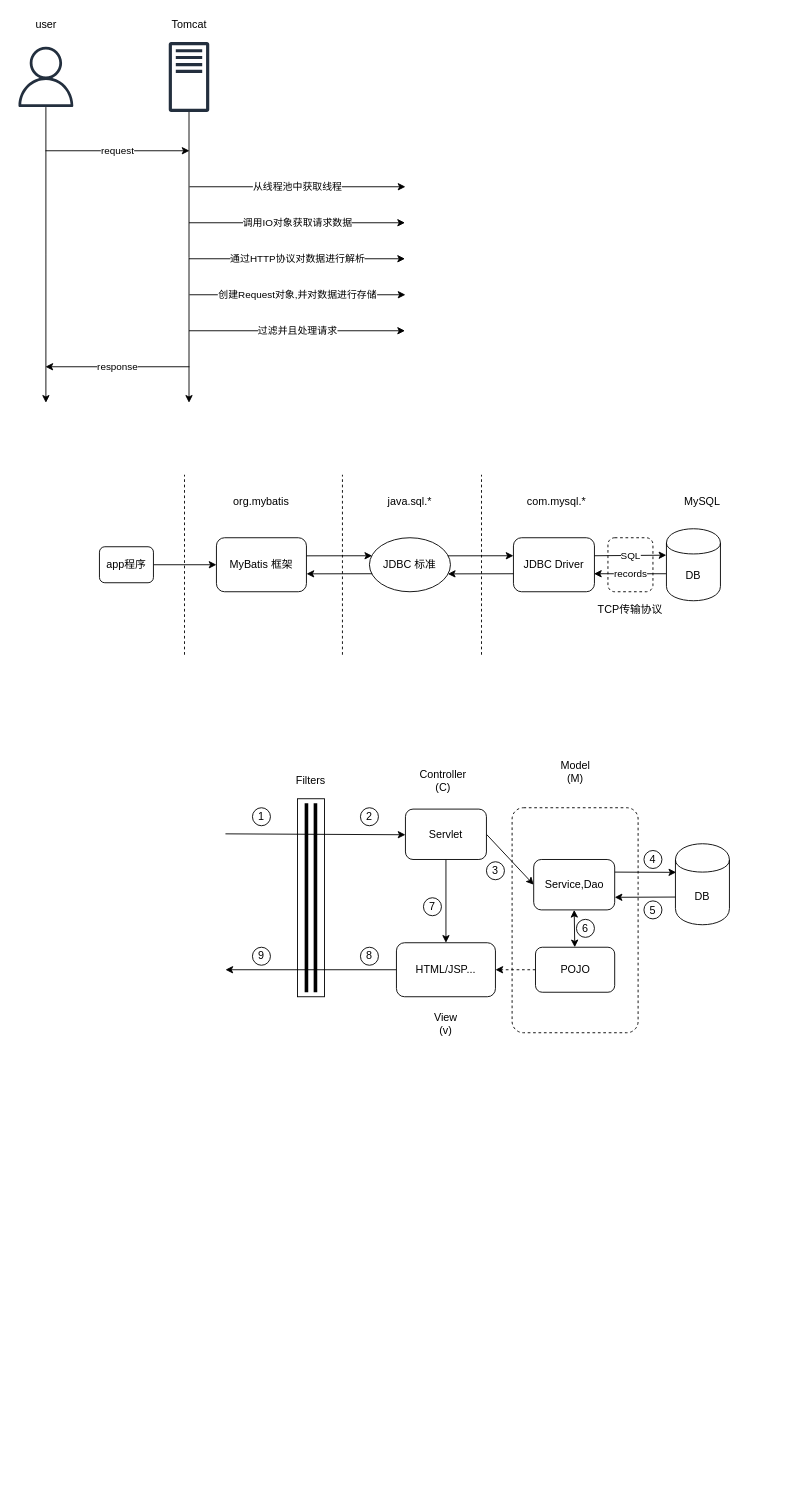
Above: spring.drawio in Mark-Lee-AK/drawio (draw.io), before the change. Source tidied: cells renumbered, new cells numbered last; positions are measured from the earlier drawing's top-left corner, leaving out a move shared by most shapes. Both pictures are drawn from the tidied source at 90%, with x=0, y=0 at pixel (15, 15).
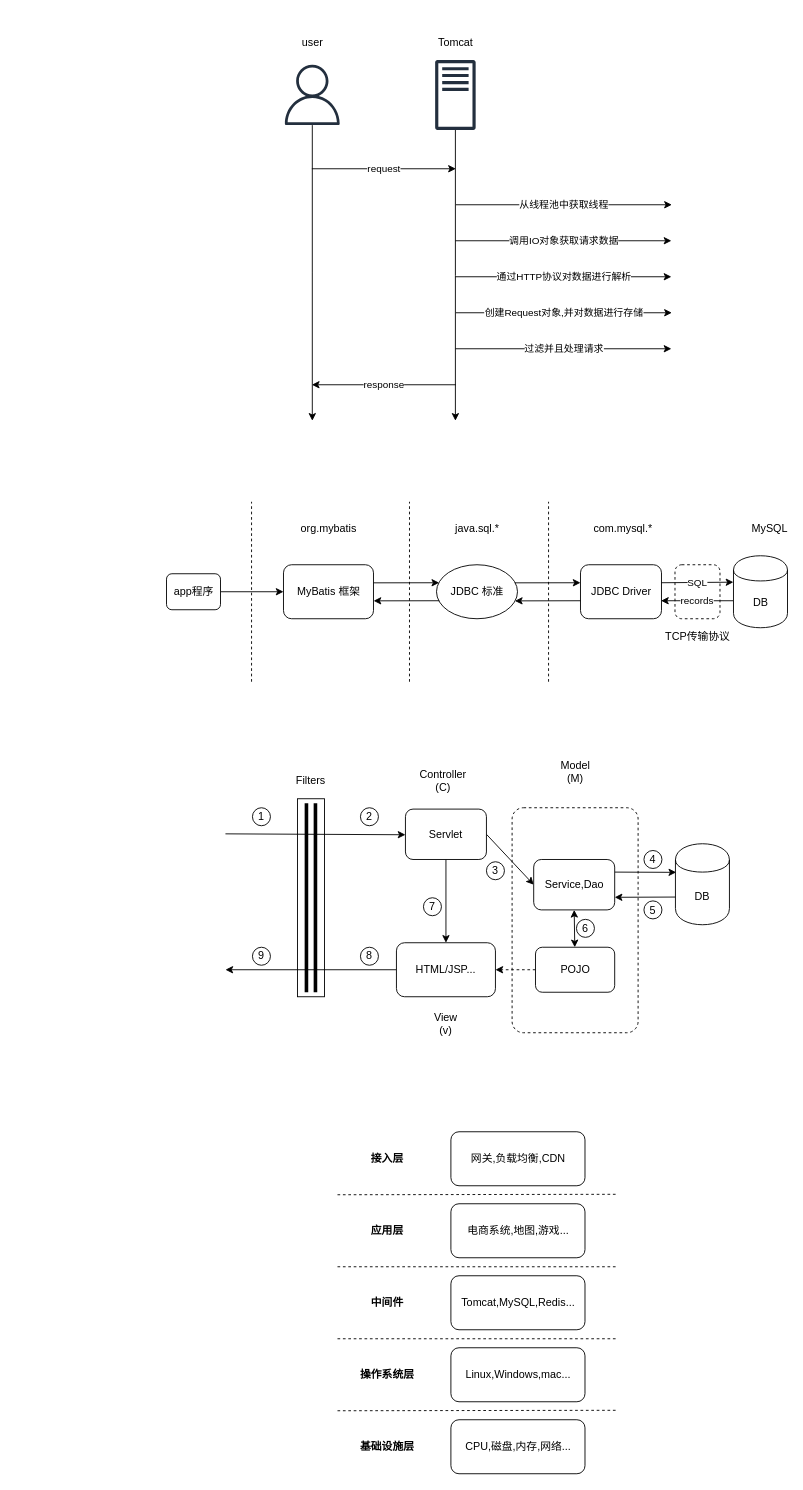
The same diagram, later.

Change to the diagram source:
```diff
@@
     <mxCell id="3" style="rounded=1;whiteSpace=wrap;html=1;dashed=1;" parent="1" vertex="1">
-      <mxGeometry x="658" y="580" width="50" height="60" as="geometry" />
+      <mxGeometry x="732.5" y="610" width="50" height="60" as="geometry" />
     </mxCell>
     <mxCell id="4" style="edgeStyle=orthogonalEdgeStyle;rounded=0;jettySize=auto;html=1;" parent="1" edge="1" source="5">
       <mxGeometry relative="1" as="geometry">
-        <mxPoint x="33.5" y="430" as="targetPoint" />
+        <mxPoint x="329.5" y="450" as="targetPoint" />
       </mxGeometry>
     </mxCell>
     <mxCell id="5" style="outlineConnect=0;fontColor=#232F3E;gradientColor=none;fillColor=#232F3E;strokeColor=none;dashed=0;verticalLabelPosition=bottom;verticalAlign=top;align=center;html=1;fontSize=12;fontStyle=0;shape=mxgraph.aws4.user;" parent="1" vertex="1">
-      <mxGeometry y="34.5" width="67" height="67" as="geometry" />
+      <mxGeometry x="296" y="54.5" width="67" height="67" as="geometry" />
     </mxCell>
     <mxCell id="6" style="edgeStyle=orthogonalEdgeStyle;rounded=0;jettySize=auto;html=1;" parent="1" edge="1" source="7">
       <mxGeometry relative="1" as="geometry">
-        <mxPoint x="192.5" y="430" as="targetPoint" />
+        <mxPoint x="488.5" y="450" as="targetPoint" />
       </mxGeometry>
     </mxCell>
     <mxCell id="7" style="outlineConnect=0;fontColor=#232F3E;gradientColor=none;fillColor=#232F3E;strokeColor=none;dashed=0;verticalLabelPosition=bottom;verticalAlign=top;align=center;html=1;fontSize=12;fontStyle=0;shape=mxgraph.aws4.traditional_server;" parent="1" vertex="1">
-      <mxGeometry x="170" y="29" width="45" height="78" as="geometry" />
+      <mxGeometry x="466" y="49" width="45" height="78" as="geometry" />
     </mxCell>
     <mxCell id="8" value="user" style="text;html=1;strokeColor=none;fillColor=none;align=center;verticalAlign=middle;whiteSpace=wrap;rounded=0;" parent="1" vertex="1">
-      <mxGeometry x="13.5" width="40" height="20" as="geometry" />
+      <mxGeometry x="309.5" y="20" width="40" height="20" as="geometry" />
     </mxCell>
     <mxCell id="9" value="Tomcat" style="text;html=1;strokeColor=none;fillColor=none;align=center;verticalAlign=middle;whiteSpace=wrap;rounded=0;" parent="1" vertex="1">
-      <mxGeometry x="172.5" width="40" height="20" as="geometry" />
+      <mxGeometry x="468.5" y="20" width="40" height="20" as="geometry" />
     </mxCell>
     <mxCell id="10" value="request" style="endArrow=classic;html=1;" parent="1" edge="1">
       <mxGeometry relative="1" as="geometry">
-        <mxPoint x="33" y="150" as="sourcePoint" />
-        <mxPoint x="193" y="150" as="targetPoint" />
+        <mxPoint x="329" y="170" as="sourcePoint" />
+        <mxPoint x="489" y="170" as="targetPoint" />
       </mxGeometry>
     </mxCell>
     <mxCell id="11" value="从线程池中获取线程" style="endArrow=classic;html=1;" parent="1" edge="1">
       <mxGeometry relative="1" as="geometry">
-        <mxPoint x="193" y="190" as="sourcePoint" />
-        <mxPoint x="433" y="190" as="targetPoint" />
+        <mxPoint x="489" y="210" as="sourcePoint" />
+        <mxPoint x="729" y="210" as="targetPoint" />
       </mxGeometry>
     </mxCell>
     <mxCell id="12" value="调用IO对象获取请求数据" style="endArrow=classic;html=1;" parent="1" edge="1">
       <mxGeometry relative="1" as="geometry">
-        <mxPoint x="192.5" y="230" as="sourcePoint" />
-        <mxPoint x="432.5" y="230" as="targetPoint" />
+        <mxPoint x="488.5" y="250" as="sourcePoint" />
+        <mxPoint x="728.5" y="250" as="targetPoint" />
       </mxGeometry>
     </mxCell>
     <mxCell id="13" value="通过HTTP协议对数据进行解析" style="endArrow=classic;html=1;" parent="1" edge="1">
       <mxGeometry relative="1" as="geometry">
-        <mxPoint x="192.5" y="270" as="sourcePoint" />
-        <mxPoint x="432.5" y="270" as="targetPoint" />
+        <mxPoint x="488.5" y="290" as="sourcePoint" />
+        <mxPoint x="728.5" y="290" as="targetPoint" />
       </mxGeometry>
     </mxCell>
     <mxCell id="14" value="创建Request对象,并对数据进行存储" style="endArrow=classic;html=1;" parent="1" edge="1">
       <mxGeometry relative="1" as="geometry">
-        <mxPoint x="193" y="310" as="sourcePoint" />
-        <mxPoint x="433" y="310" as="targetPoint" />
+        <mxPoint x="489" y="330" as="sourcePoint" />
+        <mxPoint x="729" y="330" as="targetPoint" />
       </mxGeometry>
     </mxCell>
     <mxCell id="15" value="过滤并且处理请求" style="endArrow=classic;html=1;" parent="1" edge="1">
       <mxGeometry relative="1" as="geometry">
-        <mxPoint x="192.5" y="350" as="sourcePoint" />
-        <mxPoint x="432.5" y="350" as="targetPoint" />
+        <mxPoint x="488.5" y="370" as="sourcePoint" />
+        <mxPoint x="728.5" y="370" as="targetPoint" />
       </mxGeometry>
     </mxCell>
     <mxCell id="16" value="response" style="endArrow=classic;html=1;" parent="1" edge="1">
       <mxGeometry relative="1" as="geometry">
-        <mxPoint x="193" y="390" as="sourcePoint" />
-        <mxPoint x="33" y="390" as="targetPoint" />
+        <mxPoint x="489" y="410" as="sourcePoint" />
+        <mxPoint x="329" y="410" as="targetPoint" />
       </mxGeometry>
     </mxCell>
     <mxCell id="17" value="DB" style="shape=cylinder;whiteSpace=wrap;html=1;boundedLbl=1;backgroundOutline=1;" parent="1" vertex="1">
-      <mxGeometry x="723" y="570" width="60" height="80" as="geometry" />
+      <mxGeometry x="797.5" y="600" width="60" height="80" as="geometry" />
     </mxCell>
     <mxCell id="18" value="MySQL" style="text;html=1;strokeColor=none;fillColor=none;align=center;verticalAlign=middle;whiteSpace=wrap;rounded=0;" parent="1" vertex="1">
-      <mxGeometry x="743" y="530" width="40" height="20" as="geometry" />
+      <mxGeometry x="817.5" y="560" width="40" height="20" as="geometry" />
     </mxCell>
     <mxCell id="19" value="JDBC Driver" style="rounded=1;whiteSpace=wrap;html=1;" parent="1" vertex="1">
-      <mxGeometry x="553" y="580" width="90" height="60" as="geometry" />
+      <mxGeometry x="627.5" y="610" width="90" height="60" as="geometry" />
     </mxCell>
     <mxCell id="20" value="SQL" style="endArrow=classic;html=1;entryX=-0.002;entryY=0.367;entryDx=0;entryDy=0;entryPerimeter=0;" parent="1" edge="1" target="17">
       <mxGeometry relative="1" as="geometry">
-        <mxPoint x="643" y="600" as="sourcePoint" />
+        <mxPoint x="717.5" y="630" as="sourcePoint" />
       </mxGeometry>
     </mxCell>
     <mxCell id="21" value="records" style="endArrow=classic;html=1;" parent="1" edge="1">
       <mxGeometry relative="1" as="geometry">
-        <mxPoint x="722.5" y="620" as="sourcePoint" />
-        <mxPoint x="642.5" y="620" as="targetPoint" />
+        <mxPoint x="797" y="650" as="sourcePoint" />
+        <mxPoint x="717" y="650" as="targetPoint" />
       </mxGeometry>
     </mxCell>
     <mxCell id="22" value="TCP传输协议" style="text;html=1;strokeColor=none;fillColor=none;align=center;verticalAlign=middle;whiteSpace=wrap;rounded=0;dashed=1;" parent="1" vertex="1">
-      <mxGeometry x="643" y="650" width="80" height="20" as="geometry" />
+      <mxGeometry x="717.5" y="680" width="80" height="20" as="geometry" />
     </mxCell>
     <mxCell id="23" value="JDBC 标准" style="ellipse;whiteSpace=wrap;html=1;" parent="1" vertex="1">
-      <mxGeometry x="393" y="580" width="90" height="60" as="geometry" />
+      <mxGeometry x="467.5" y="610" width="90" height="60" as="geometry" />
     </mxCell>
     <mxCell id="24" style="endArrow=none;html=1;exitX=0.968;exitY=0.669;exitDx=0;exitDy=0;exitPerimeter=0;startArrow=classic;startFill=1;endFill=0;" parent="1" edge="1" source="23">
       <mxGeometry relative="1" as="geometry">
-        <mxPoint x="553" y="620" as="targetPoint" />
+        <mxPoint x="627.5" y="650" as="targetPoint" />
       </mxGeometry>
     </mxCell>
     <mxCell id="25" style="endArrow=classic;html=1;exitX=0.968;exitY=0.669;exitDx=0;exitDy=0;exitPerimeter=0;startArrow=none;startFill=0;endFill=1;" parent="1" edge="1">
       <mxGeometry relative="1" as="geometry">
-        <mxPoint x="480.1" y="600.1" as="sourcePoint" />
-        <mxPoint x="553" y="600" as="targetPoint" />
+        <mxPoint x="554.6" y="630.1" as="sourcePoint" />
+        <mxPoint x="627.5" y="630" as="targetPoint" />
       </mxGeometry>
     </mxCell>
     <mxCell id="26" value="MyBatis 框架" style="rounded=1;whiteSpace=wrap;html=1;" parent="1" vertex="1">
-      <mxGeometry x="223" y="580" width="100" height="60" as="geometry" />
+      <mxGeometry x="297.5" y="610" width="100" height="60" as="geometry" />
     </mxCell>
     <mxCell id="27" style="endArrow=classic;html=1;exitX=0.968;exitY=0.669;exitDx=0;exitDy=0;exitPerimeter=0;startArrow=none;startFill=0;endFill=1;" parent="1" edge="1">
       <mxGeometry relative="1" as="geometry">
-        <mxPoint x="323.1" y="600.1" as="sourcePoint" />
-        <mxPoint x="396" y="600" as="targetPoint" />
+        <mxPoint x="397.6" y="630.1" as="sourcePoint" />
+        <mxPoint x="470.5" y="630" as="targetPoint" />
       </mxGeometry>
     </mxCell>
     <mxCell id="28" style="endArrow=none;html=1;exitX=0.968;exitY=0.669;exitDx=0;exitDy=0;exitPerimeter=0;startArrow=classic;startFill=1;endFill=0;" parent="1" edge="1">
       <mxGeometry relative="1" as="geometry">
-        <mxPoint x="323.1" y="620.1" as="sourcePoint" />
-        <mxPoint x="396" y="620" as="targetPoint" />
+        <mxPoint x="397.6" y="650.1" as="sourcePoint" />
+        <mxPoint x="470.5" y="650" as="targetPoint" />
       </mxGeometry>
     </mxCell>
@@
     <mxCell id="30" value="app程序" style="rounded=1;whiteSpace=wrap;html=1;" parent="1" vertex="1">
-      <mxGeometry x="93" y="590" width="60" height="40" as="geometry" />
+      <mxGeometry x="167.5" y="620" width="60" height="40" as="geometry" />
     </mxCell>
     <mxCell id="31" style="endArrow=none;dashed=1;html=1;" parent="1" edge="1">
       <mxGeometry relative="1" as="geometry">
-        <mxPoint x="187.5" y="710" as="sourcePoint" />
-        <mxPoint x="187.5" y="510" as="targetPoint" />
+        <mxPoint x="262" y="740" as="sourcePoint" />
+        <mxPoint x="262" y="540" as="targetPoint" />
       </mxGeometry>
     </mxCell>
     <mxCell id="32" style="endArrow=none;dashed=1;html=1;" parent="1" edge="1">
       <mxGeometry relative="1" as="geometry">
-        <mxPoint x="363" y="710" as="sourcePoint" />
-        <mxPoint x="363" y="510" as="targetPoint" />
+        <mxPoint x="437.5" y="740" as="sourcePoint" />
+        <mxPoint x="437.5" y="540" as="targetPoint" />
       </mxGeometry>
     </mxCell>
     <mxCell id="33" style="endArrow=none;dashed=1;html=1;" parent="1" edge="1">
       <mxGeometry relative="1" as="geometry">
-        <mxPoint x="517.5" y="710" as="sourcePoint" />
-        <mxPoint x="517.5" y="510" as="targetPoint" />
+        <mxPoint x="592" y="740" as="sourcePoint" />
+        <mxPoint x="592" y="540" as="targetPoint" />
       </mxGeometry>
     </mxCell>
     <mxCell id="34" value="org.mybatis" style="text;html=1;strokeColor=none;fillColor=none;align=center;verticalAlign=middle;whiteSpace=wrap;rounded=0;" parent="1" vertex="1">
-      <mxGeometry x="253" y="530" width="40" height="20" as="geometry" />
+      <mxGeometry x="327.5" y="560" width="40" height="20" as="geometry" />
     </mxCell>
     <mxCell id="35" value="java.sql.*" style="text;html=1;strokeColor=none;fillColor=none;align=center;verticalAlign=middle;whiteSpace=wrap;rounded=0;" parent="1" vertex="1">
-      <mxGeometry x="418" y="530" width="40" height="20" as="geometry" />
+      <mxGeometry x="492.5" y="560" width="40" height="20" as="geometry" />
     </mxCell>
     <mxCell id="36" value="com.mysql.*" style="text;html=1;strokeColor=none;fillColor=none;align=center;verticalAlign=middle;whiteSpace=wrap;rounded=0;" parent="1" vertex="1">
-      <mxGeometry x="580.5" y="530" width="40" height="20" as="geometry" />
+      <mxGeometry x="655" y="560" width="40" height="20" as="geometry" />
     </mxCell>
@@
+    <mxCell id="66" value="CPU,磁盘,内存,网络..." style="rounded=1;whiteSpace=wrap;html=1;" parent="1" vertex="1">
+      <mxGeometry x="483.5" y="1560" width="149" height="60" as="geometry" />
+    </mxCell>
+    <mxCell id="67" value="Linux,Windows,mac..." style="rounded=1;whiteSpace=wrap;html=1;" parent="1" vertex="1">
+      <mxGeometry x="483.5" y="1480" width="149" height="60" as="geometry" />
+    </mxCell>
+    <mxCell id="68" value="Tomcat,MySQL,Redis..." style="rounded=1;whiteSpace=wrap;html=1;" parent="1" vertex="1">
+      <mxGeometry x="483.5" y="1400" width="149" height="60" as="geometry" />
+    </mxCell>
+    <mxCell id="69" value="电商系统,地图,游戏..." style="rounded=1;whiteSpace=wrap;html=1;" parent="1" vertex="1">
+      <mxGeometry x="483.5" y="1320" width="149" height="60" as="geometry" />
+    </mxCell>
+    <mxCell id="70" style="endArrow=none;dashed=1;html=1;" parent="1" edge="1">
+      <mxGeometry relative="1" as="geometry">
+        <mxPoint x="357.5" y="1550" as="sourcePoint" />
+        <mxPoint x="667.5" y="1549.5" as="targetPoint" />
+      </mxGeometry>
+    </mxCell>
+    <mxCell id="71" style="endArrow=none;dashed=1;html=1;" parent="1" edge="1">
+      <mxGeometry relative="1" as="geometry">
+        <mxPoint x="357.5" y="1470" as="sourcePoint" />
+        <mxPoint x="667.5" y="1470" as="targetPoint" />
+      </mxGeometry>
+    </mxCell>
+    <mxCell id="72" style="endArrow=none;dashed=1;html=1;" parent="1" edge="1">
+      <mxGeometry relative="1" as="geometry">
+        <mxPoint x="357.5" y="1390" as="sourcePoint" />
+        <mxPoint x="667.5" y="1390" as="targetPoint" />
+      </mxGeometry>
+    </mxCell>
+    <mxCell id="73" value="网关,负载均衡,CDN" style="rounded=1;whiteSpace=wrap;html=1;" parent="1" vertex="1">
+      <mxGeometry x="483.5" y="1240" width="149" height="60" as="geometry" />
+    </mxCell>
+    <mxCell id="74" style="endArrow=none;dashed=1;html=1;" parent="1" edge="1">
+      <mxGeometry relative="1" as="geometry">
+        <mxPoint x="357.5" y="1310" as="sourcePoint" />
+        <mxPoint x="668" y="1309.5" as="targetPoint" />
+      </mxGeometry>
+    </mxCell>
+    <mxCell id="75" value="基础设施层" style="text;html=1;strokeColor=none;fillColor=none;align=center;verticalAlign=middle;whiteSpace=wrap;rounded=0;fontStyle=1;" parent="1" vertex="1">
+      <mxGeometry x="367.5" y="1580" width="90" height="20" as="geometry" />
+    </mxCell>
+    <mxCell id="76" value="操作系统层" style="text;html=1;strokeColor=none;fillColor=none;align=center;verticalAlign=middle;whiteSpace=wrap;rounded=0;fontStyle=1;" parent="1" vertex="1">
+      <mxGeometry x="367.5" y="1500" width="90" height="20" as="geometry" />
+    </mxCell>
+    <mxCell id="77" value="中间件" style="text;html=1;strokeColor=none;fillColor=none;align=center;verticalAlign=middle;whiteSpace=wrap;rounded=0;fontStyle=1;" parent="1" vertex="1">
+      <mxGeometry x="367.5" y="1420" width="90" height="20" as="geometry" />
+    </mxCell>
+    <mxCell id="78" value="应用层" style="text;html=1;strokeColor=none;fillColor=none;align=center;verticalAlign=middle;whiteSpace=wrap;rounded=0;fontStyle=1;" parent="1" vertex="1">
+      <mxGeometry x="367.5" y="1340" width="90" height="20" as="geometry" />
+    </mxCell>
+    <mxCell id="79" value="接入层" style="text;html=1;strokeColor=none;fillColor=none;align=center;verticalAlign=middle;whiteSpace=wrap;rounded=0;fontStyle=1;" parent="1" vertex="1">
+      <mxGeometry x="367.5" y="1260" width="90" height="20" as="geometry" />
+    </mxCell>
```
